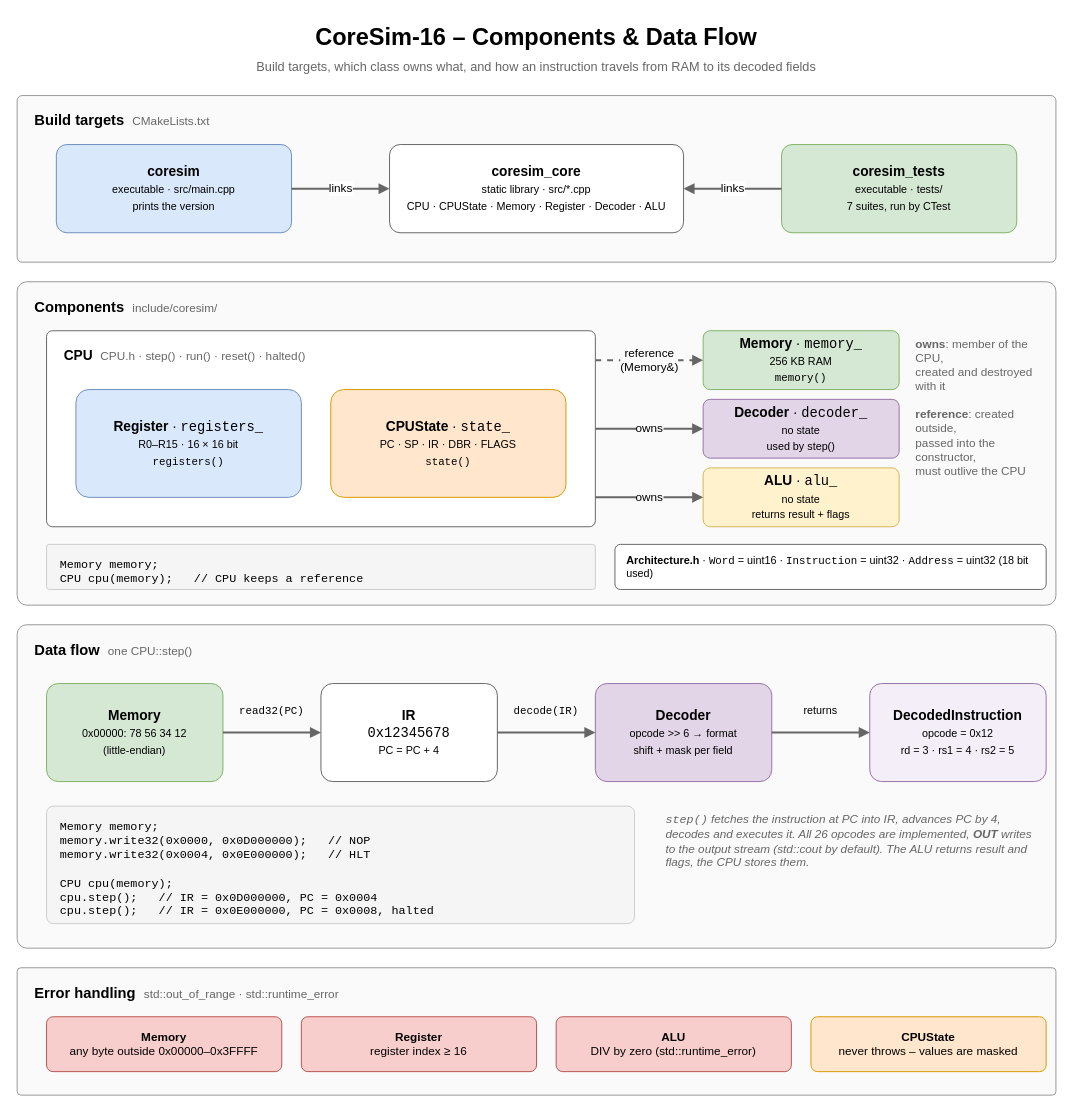
Above: diagrams/data-flow.drawio in kpolet2010-hue/CoreSim (draw.io), before the change. Source tidied: cells renumbered, new cells numbered last; positions are measured from the earlier drawing's top-left corner, leaving out a move shared by most shapes. Both pictures are drawn from the tidied source at 98%, with x=0, y=0 at pixel (17, 17).
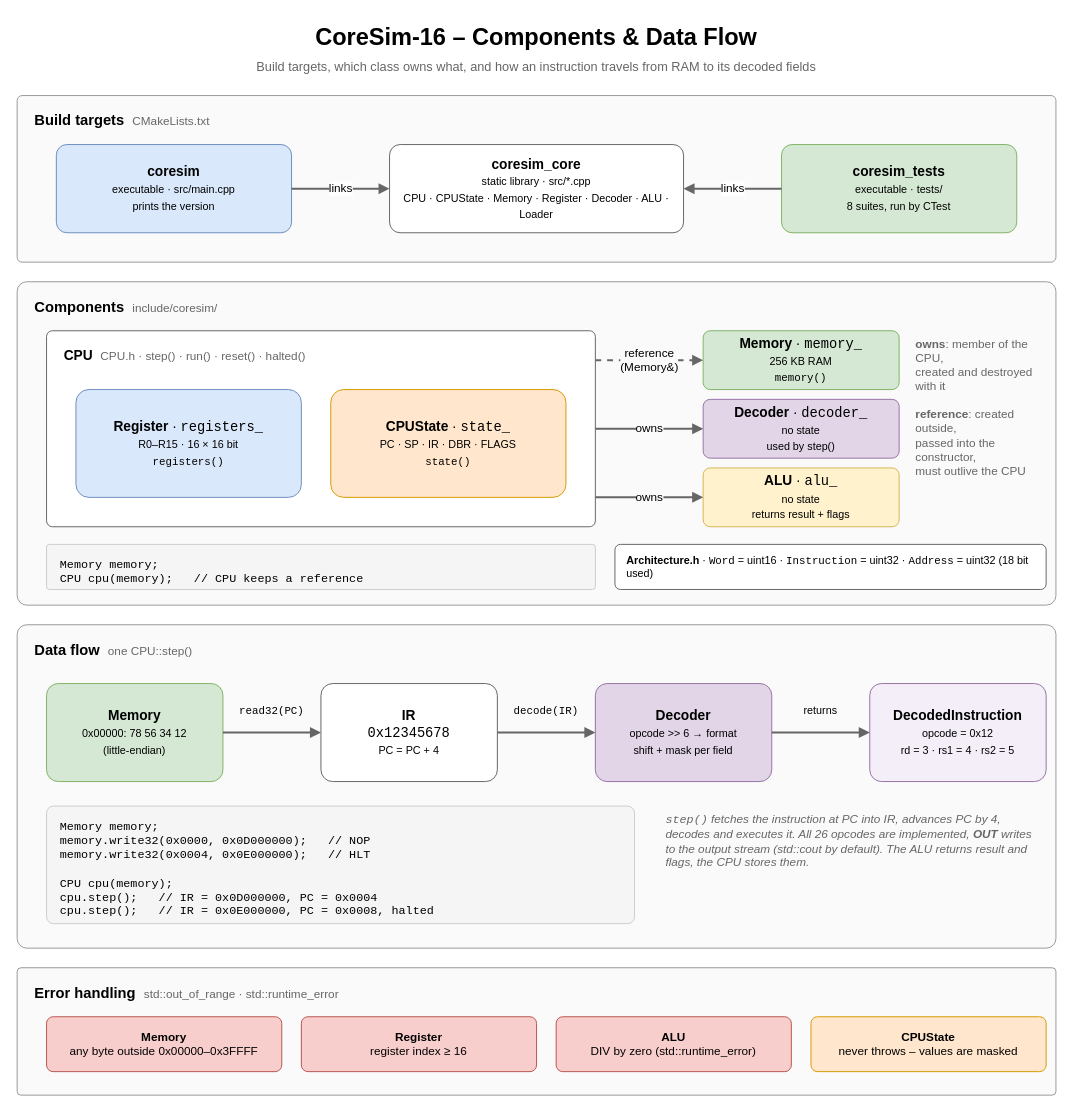
The same diagram, later.

Commit message (it also covers changes not shown here):
docs: document the program loader

Diff of the diagram source:
```diff
@@
-    <mxCell id="5" value="&lt;b&gt;coresim_core&lt;/b&gt;&lt;br&gt;&lt;font style=&quot;font-size:11px&quot;&gt;static library &amp;middot; src/*.cpp&lt;br&gt;CPU &amp;middot; CPUState &amp;middot; Memory &amp;middot; Register &amp;middot; Decoder &amp;middot; ALU&lt;/font&gt;" style="rounded=1;arcSize=12;whiteSpace=wrap;html=1;fontFamily=Helvetica;fillColor=#ffffff;strokeColor=#666666;fontSize=14;" parent="1" vertex="1">
+    <mxCell id="5" value="&lt;b&gt;coresim_core&lt;/b&gt;&lt;br&gt;&lt;font style=&quot;font-size:11px&quot;&gt;static library &amp;middot; src/*.cpp&lt;br&gt;CPU &amp;middot; CPUState &amp;middot; Memory &amp;middot; Register &amp;middot; Decoder &amp;middot; ALU &amp;middot; Loader&lt;/font&gt;" style="rounded=1;arcSize=12;whiteSpace=wrap;html=1;fontFamily=Helvetica;fillColor=#ffffff;strokeColor=#666666;fontSize=14;" parent="1" vertex="1">
       <mxGeometry x="380" y="130" width="300" height="90" as="geometry" />
     </mxCell>
@@
-    <mxCell id="7" value="&lt;b&gt;coresim_tests&lt;/b&gt;&lt;br&gt;&lt;font style=&quot;font-size:11px&quot;&gt;executable &amp;middot; tests/&lt;br&gt;7 suites, run by CTest&lt;/font&gt;" style="rounded=1;arcSize=12;whiteSpace=wrap;html=1;fontFamily=Helvetica;fillColor=#d5e8d4;strokeColor=#82b366;fontSize=14;" parent="1" vertex="1">
+    <mxCell id="7" value="&lt;b&gt;coresim_tests&lt;/b&gt;&lt;br&gt;&lt;font style=&quot;font-size:11px&quot;&gt;executable &amp;middot; tests/&lt;br&gt;8 suites, run by CTest&lt;/font&gt;" style="rounded=1;arcSize=12;whiteSpace=wrap;html=1;fontFamily=Helvetica;fillColor=#d5e8d4;strokeColor=#82b366;fontSize=14;" parent="1" vertex="1">
       <mxGeometry x="780" y="130" width="240" height="90" as="geometry" />
     </mxCell>
```
